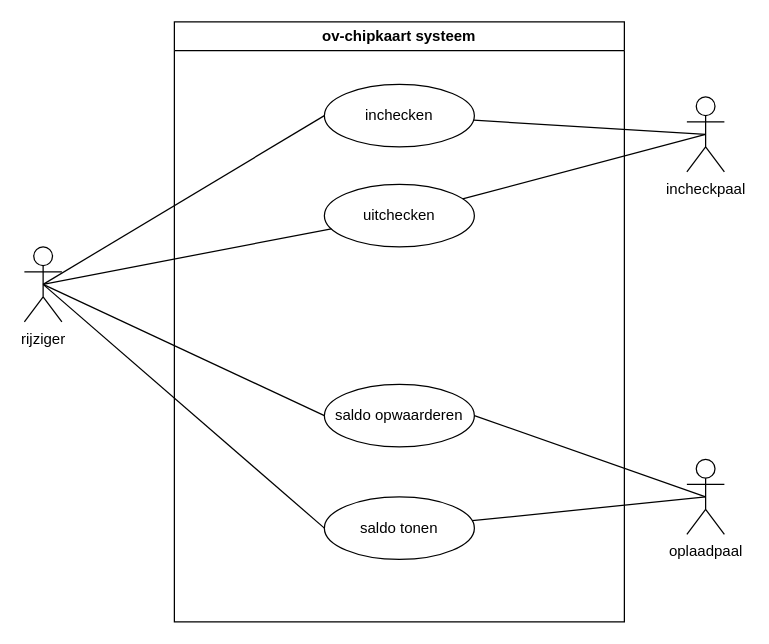
The draw.io diagram use-case diagram ov-systeem.drawio in Yonaki51/OOP1-eindopdracht, before the edit. Source tidied: cells renumbered, new cells numbered last; positions are measured from the earlier drawing's top-left corner, leaving out a move shared by most shapes. Both pictures are drawn from the tidied source at 125%, with x=0, y=0 at pixel (24, 21).
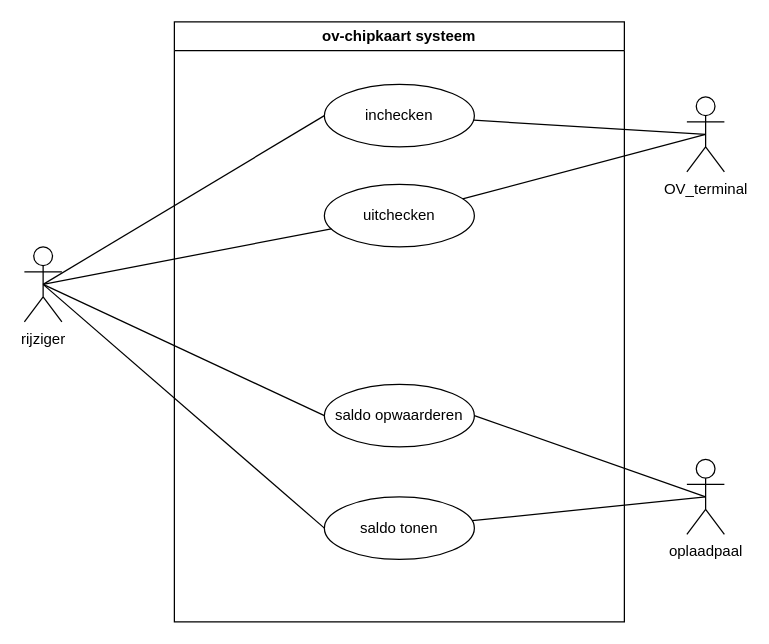
Above is the later version.

What changed in the source:
```diff
@@
 <mxGraphModel>
   <root>
     <mxCell id="0" />
     <mxCell id="1" parent="0" />
     <mxCell id="2" value="ov-chipkaart systeem" style="swimlane;whiteSpace=wrap;html=1;" parent="1" vertex="1">
       <mxGeometry x="120" width="360" height="480" as="geometry" />
     </mxCell>
     <mxCell id="3" value="inchecken" style="ellipse;whiteSpace=wrap;html=1;" parent="2" vertex="1">
       <mxGeometry x="120" y="50" width="120" height="50" as="geometry" />
     </mxCell>
     <mxCell id="4" value="uitchecken" style="ellipse;whiteSpace=wrap;html=1;" parent="2" vertex="1">
       <mxGeometry x="120" y="130" width="120" height="50" as="geometry" />
     </mxCell>
     <mxCell id="5" value="saldo opwaarderen" style="ellipse;whiteSpace=wrap;html=1;" parent="2" vertex="1">
       <mxGeometry x="120" y="290" width="120" height="50" as="geometry" />
     </mxCell>
     <mxCell id="6" value="saldo tonen" style="ellipse;whiteSpace=wrap;html=1;" parent="2" vertex="1">
       <mxGeometry x="120" y="380" width="120" height="50" as="geometry" />
     </mxCell>
     <mxCell id="7" value="rijziger" style="shape=umlActor;verticalLabelPosition=bottom;verticalAlign=top;html=1;outlineConnect=0;" parent="1" vertex="1">
       <mxGeometry y="180" width="30" height="60" as="geometry" />
     </mxCell>
-    <mxCell id="8" value="incheckpaal" style="shape=umlActor;verticalLabelPosition=bottom;verticalAlign=top;html=1;outlineConnect=0;" parent="1" vertex="1">
+    <mxCell id="8" value="OV_terminal" style="shape=umlActor;verticalLabelPosition=bottom;verticalAlign=top;html=1;outlineConnect=0;" parent="1" vertex="1">
       <mxGeometry x="530" y="60" width="30" height="60" as="geometry" />
     </mxCell>
     <mxCell id="9" value="oplaadpaal" style="shape=umlActor;verticalLabelPosition=bottom;verticalAlign=top;html=1;outlineConnect=0;" parent="1" vertex="1">
       <mxGeometry x="530" y="350" width="30" height="60" as="geometry" />
     </mxCell>
     <mxCell id="10" style="rounded=0;jettySize=auto;html=1;entryX=0.5;entryY=0.5;entryDx=0;entryDy=0;entryPerimeter=0;exitX=0;exitY=0.5;exitDx=0;exitDy=0;endArrow=none;endFill=0;" parent="1" edge="1" source="3" target="7">
       <mxGeometry relative="1" as="geometry" />
     </mxCell>
     <mxCell id="11" style="rounded=0;jettySize=auto;html=1;endArrow=none;endFill=0;entryX=0.5;entryY=0.5;entryDx=0;entryDy=0;entryPerimeter=0;" parent="1" edge="1" source="3" target="8">
       <mxGeometry relative="1" as="geometry" />
     </mxCell>
     <mxCell id="12" style="rounded=0;jettySize=auto;html=1;endArrow=none;endFill=0;entryX=0.5;entryY=0.5;entryDx=0;entryDy=0;entryPerimeter=0;" parent="1" edge="1" source="4" target="7">
       <mxGeometry relative="1" as="geometry" />
     </mxCell>
     <mxCell id="13" style="rounded=0;jettySize=auto;html=1;entryX=0.5;entryY=0.5;entryDx=0;entryDy=0;entryPerimeter=0;endArrow=none;endFill=0;" parent="1" edge="1" source="4" target="8">
       <mxGeometry relative="1" as="geometry" />
     </mxCell>
     <mxCell id="14" style="rounded=0;jettySize=auto;html=1;endArrow=none;endFill=0;strokeWidth=1;exitX=0;exitY=0.5;exitDx=0;exitDy=0;entryX=0.5;entryY=0.5;entryDx=0;entryDy=0;entryPerimeter=0;" parent="1" edge="1" source="5" target="7">
       <mxGeometry relative="1" as="geometry" />
     </mxCell>
     <mxCell id="15" style="rounded=0;jettySize=auto;html=1;endArrow=none;endFill=0;exitX=0;exitY=0.5;exitDx=0;exitDy=0;entryX=0.5;entryY=0.5;entryDx=0;entryDy=0;entryPerimeter=0;" parent="1" edge="1" source="6" target="7">
       <mxGeometry relative="1" as="geometry" />
     </mxCell>
     <mxCell id="16" style="rounded=0;jettySize=auto;html=1;endArrow=none;endFill=0;entryX=0.5;entryY=0.5;entryDx=0;entryDy=0;entryPerimeter=0;exitX=1;exitY=0.5;exitDx=0;exitDy=0;" parent="1" edge="1" source="5" target="9">
       <mxGeometry relative="1" as="geometry" />
     </mxCell>
     <mxCell id="17" style="rounded=0;jettySize=auto;html=1;endArrow=none;endFill=0;entryX=0.5;entryY=0.5;entryDx=0;entryDy=0;entryPerimeter=0;" parent="1" edge="1" source="6" target="9">
       <mxGeometry relative="1" as="geometry" />
     </mxCell>
   </root>
 </mxGraphModel>
```
